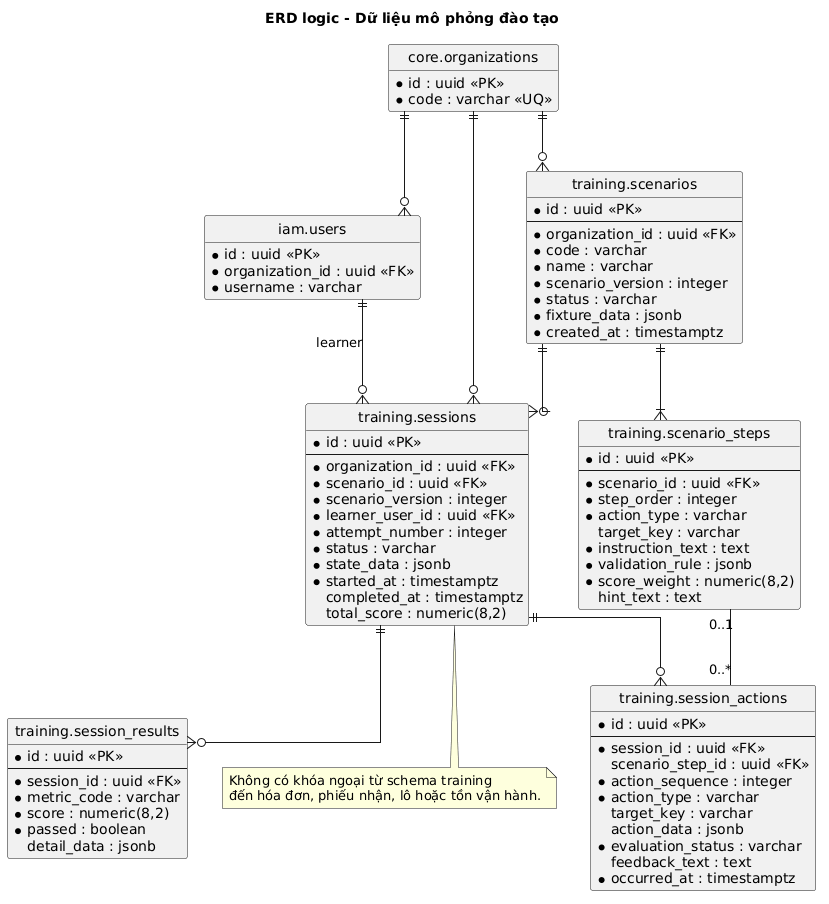
The PlantUML diagram docs/database/diagrams/erd-training.png in zomboXx/bach-hoa-sim-tim, before a commit. The source it was exported from:
```plantuml
@startuml
title ERD logic - Dữ liệu mô phỏng đào tạo

hide circle
hide methods
skinparam linetype ortho
skinparam shadowing false
skinparam entity {
  BackgroundColor #EEE8F8
  BorderColor #66527C
}

entity "core.organizations" as organizations {
  * id : uuid <<PK>>
  * code : varchar <<UQ>>
}

entity "iam.users" as users {
  * id : uuid <<PK>>
  * organization_id : uuid <<FK>>
  * username : varchar
}

entity "training.scenarios" as scenarios {
  * id : uuid <<PK>>
  --
  * organization_id : uuid <<FK>>
  * code : varchar
  * name : varchar
  * scenario_version : integer
  * status : varchar
  * fixture_data : jsonb
  * created_at : timestamptz
}

entity "training.scenario_steps" as scenario_steps {
  * id : uuid <<PK>>
  --
  * scenario_id : uuid <<FK>>
  * step_order : integer
  * action_type : varchar
  target_key : varchar
  * instruction_text : text
  * validation_rule : jsonb
  * score_weight : numeric(8,2)
  hint_text : text
}

entity "training.sessions" as trainingSession {
  * id : uuid <<PK>>
  --
  * organization_id : uuid <<FK>>
  * scenario_id : uuid <<FK>>
  * scenario_version : integer
  * learner_user_id : uuid <<FK>>
  * attempt_number : integer
  * status : varchar
  * state_data : jsonb
  * started_at : timestamptz
  completed_at : timestamptz
  total_score : numeric(8,2)
}

entity "training.session_actions" as sessionAction {
  * id : uuid <<PK>>
  --
  * session_id : uuid <<FK>>
  scenario_step_id : uuid <<FK>>
  * action_sequence : integer
  * action_type : varchar
  target_key : varchar
  action_data : jsonb
  * evaluation_status : varchar
  feedback_text : text
  * occurred_at : timestamptz
}

entity "training.session_results" as sessionResult {
  * id : uuid <<PK>>
  --
  * session_id : uuid <<FK>>
  * metric_code : varchar
  * score : numeric(8,2)
  * passed : boolean
  detail_data : jsonb
}

organizations ||--o{ users
organizations ||--o{ scenarios
organizations ||--o{ trainingSession
scenarios ||--|{ scenario_steps
scenarios ||--o{ trainingSession
users ||--o{ trainingSession : learner
trainingSession ||--o{ sessionAction
scenario_steps "0..1" -- "0..*" sessionAction
trainingSession ||--o{ sessionResult

note bottom of trainingSession
  Không có khóa ngoại từ schema training
  đến hóa đơn, phiếu nhận, lô hoặc tồn vận hành.
end note

@enduml
```
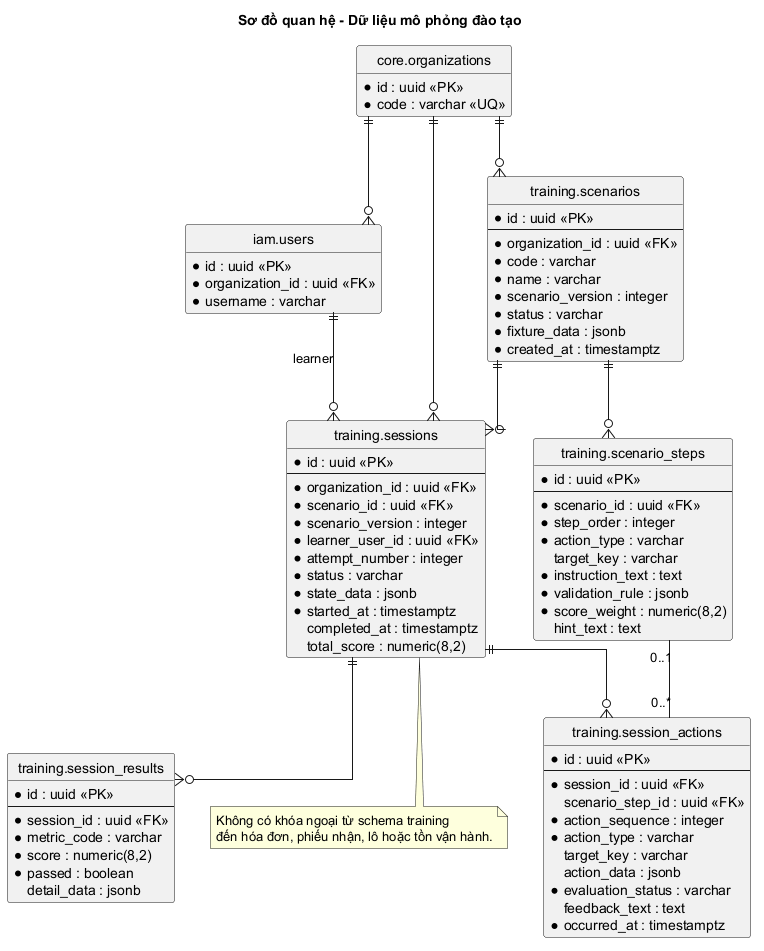
Later version of the same file.

Diff of the diagram source:
```diff
@@ -1,5 +1,5 @@
 @startuml
-title ERD logic - Dữ liệu mô phỏng đào tạo
+title Sơ đồ quan hệ - Dữ liệu mô phỏng đào tạo
 
 hide circle
 hide methods
@@ -88,7 +88,7 @@
 organizations ||--o{ users
 organizations ||--o{ scenarios
 organizations ||--o{ trainingSession
-scenarios ||--|{ scenario_steps
+scenarios ||--o{ scenario_steps
 scenarios ||--o{ trainingSession
 users ||--o{ trainingSession : learner
 trainingSession ||--o{ sessionAction
```
